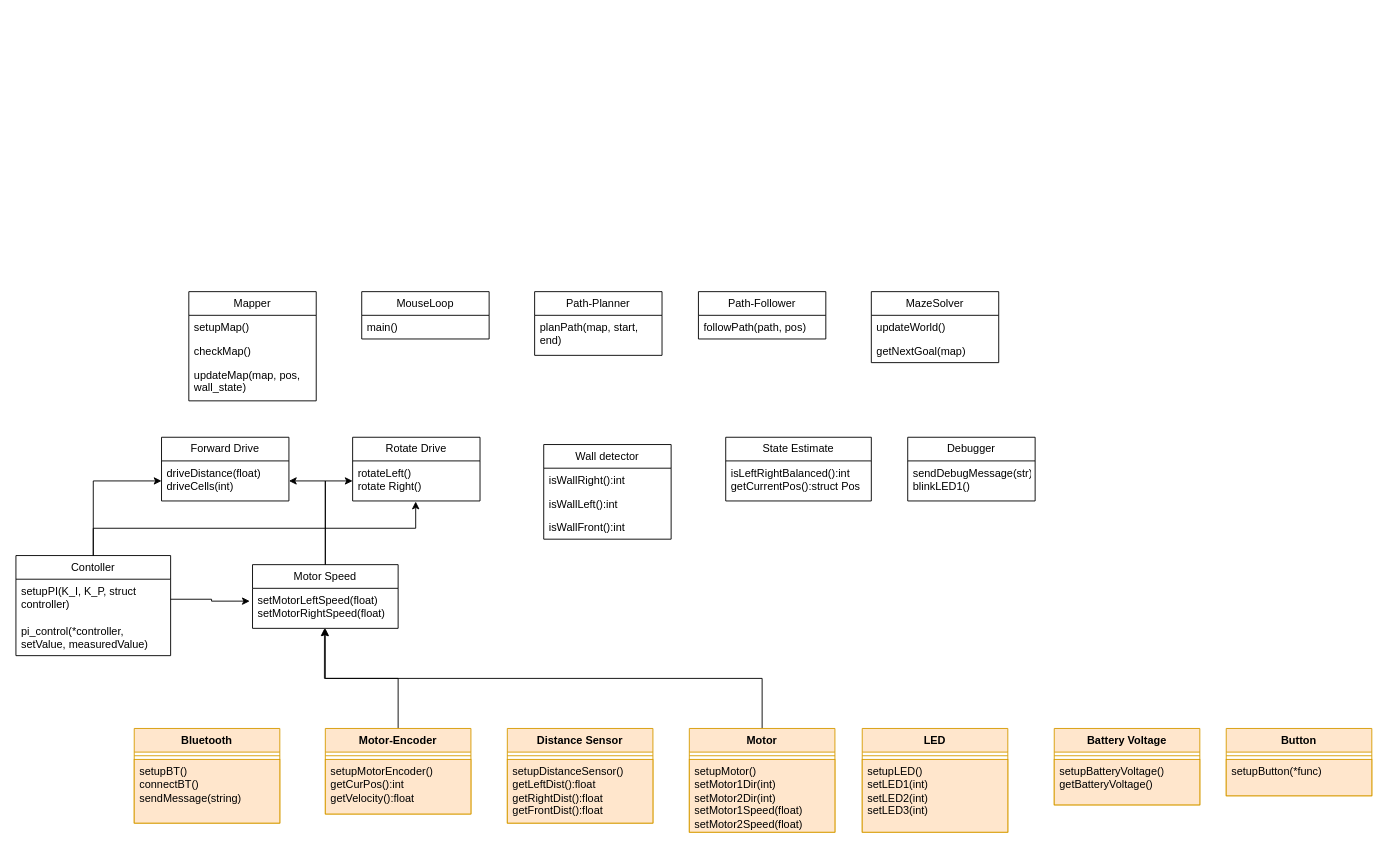
Above: draft/class_diagram.drawio in AminSeffo/Micromouse (draw.io), before the change. Source tidied: cells renumbered, new cells numbered last; positions are measured from the earlier drawing's top-left corner, leaving out a move shared by most shapes. Both pictures are drawn from the tidied source at 91%, with x=0, y=0 at pixel (15, 291).
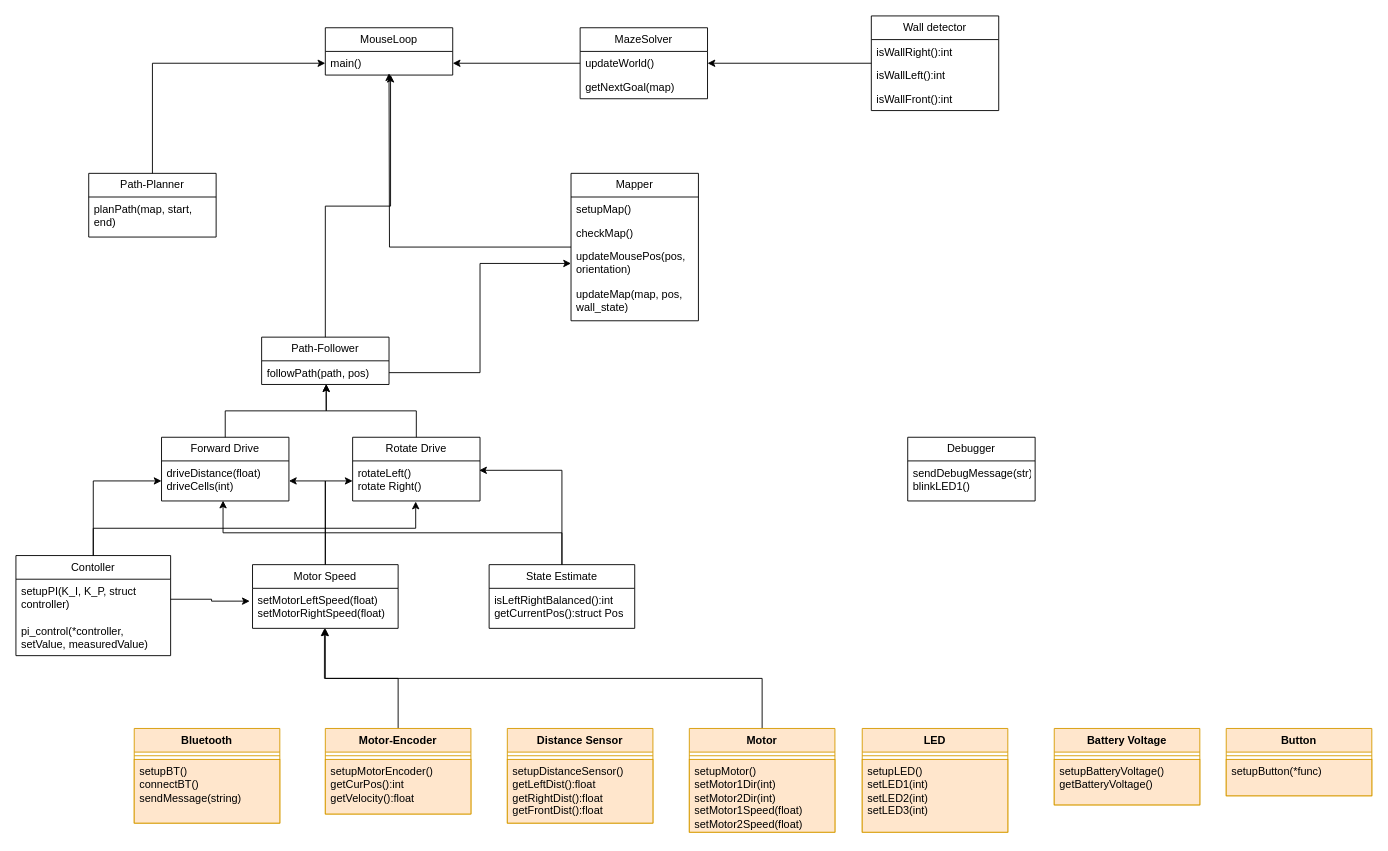
After the change.

The change refers to these unchanged cells:
```xml
<mxCell id="29" value="Forward Drive" style="swimlane;fontStyle=0;horizontal=1;startSize=26;fillColor=none;whiteSpace=wrap;html=1;" parent="1" vertex="1">
  <mxGeometry x="160" y="160" width="140" height="70" as="geometry" />
</mxCell>
<mxCell id="30" value="driveDistance(float)&lt;br&gt;driveCells(int)" style="text;strokeColor=none;fillColor=none;align=left;verticalAlign=top;spacingLeft=4;spacingRight=4;overflow=hidden;points=[[0,0.5],[1,0.5]];portConstraint=eastwest;whiteSpace=wrap;html=1;" parent="29" vertex="1">
  <mxGeometry y="26" width="140" height="44" as="geometry" />
</mxCell>
<mxCell id="31" value="Rotate Drive" style="swimlane;fontStyle=0;horizontal=1;startSize=26;fillColor=none;whiteSpace=wrap;html=1;" parent="1" vertex="1">
  <mxGeometry x="370" y="160" width="140" height="70" as="geometry" />
</mxCell>
<mxCell id="32" value="rotateLeft()&lt;br&gt;rotate Right()" style="text;strokeColor=none;fillColor=none;align=left;verticalAlign=top;spacingLeft=4;spacingRight=4;overflow=hidden;points=[[0,0.5],[1,0.5]];portConstraint=eastwest;whiteSpace=wrap;html=1;" parent="31" vertex="1">
  <mxGeometry y="26" width="140" height="44" as="geometry" />
</mxCell>
<mxCell id="52" value="main()" style="text;strokeColor=none;fillColor=none;align=left;verticalAlign=top;spacingLeft=4;spacingRight=4;overflow=hidden;points=[[0,0.5],[1,0.5]];portConstraint=eastwest;whiteSpace=wrap;html=1;" parent="51" vertex="1">
  <mxGeometry y="26" width="140" height="26" as="geometry" />
</mxCell>
<mxCell id="56" value="followPath(path, pos)" style="text;strokeColor=none;fillColor=none;align=left;verticalAlign=top;spacingLeft=4;spacingRight=4;overflow=hidden;points=[[0,0.5],[1,0.5]];portConstraint=eastwest;whiteSpace=wrap;html=1;" parent="55" vertex="1">
  <mxGeometry y="26" width="140" height="26" as="geometry" />
</mxCell>
<mxCell id="58" value="updateWorld()" style="text;strokeColor=none;fillColor=none;align=left;verticalAlign=top;spacingLeft=4;spacingRight=4;overflow=hidden;points=[[0,0.5],[1,0.5]];portConstraint=eastwest;whiteSpace=wrap;html=1;" parent="57" vertex="1">
  <mxGeometry y="26" width="140" height="26" as="geometry" />
</mxCell>
```

Diff of the diagram source:
```diff
@@
+    <mxCell id="60" style="edgeStyle=orthogonalEdgeStyle;rounded=0;jettySize=auto;html=1;entryX=0.507;entryY=0.987;entryDx=0;entryDy=0;entryPerimeter=0;" parent="1" edge="1" source="29" target="56">
+      <mxGeometry relative="1" as="geometry" />
+    </mxCell>
@@
+    <mxCell id="61" style="edgeStyle=orthogonalEdgeStyle;rounded=0;jettySize=auto;html=1;entryX=0.507;entryY=0.987;entryDx=0;entryDy=0;entryPerimeter=0;" parent="1" edge="1" source="31" target="56">
+      <mxGeometry relative="1" as="geometry" />
+    </mxCell>
@@
+    <mxCell id="62" style="edgeStyle=orthogonalEdgeStyle;rounded=0;jettySize=auto;html=1;entryX=0.483;entryY=0.992;entryDx=0;entryDy=0;entryPerimeter=0;" parent="1" edge="1" source="33" target="30">
+      <mxGeometry relative="1" as="geometry" />
+    </mxCell>
+    <mxCell id="63" style="edgeStyle=orthogonalEdgeStyle;rounded=0;jettySize=auto;html=1;entryX=0.993;entryY=0.235;entryDx=0;entryDy=0;entryPerimeter=0;" parent="1" edge="1" source="33" target="32">
+      <mxGeometry relative="1" as="geometry" />
+    </mxCell>
     <mxCell id="33" value="State Estimate" style="swimlane;fontStyle=0;horizontal=1;startSize=26;fillColor=none;whiteSpace=wrap;html=1;" parent="1" vertex="1">
-      <mxGeometry x="780" y="160" width="160" height="70" as="geometry" />
+      <mxGeometry x="520" y="300" width="160" height="70" as="geometry" />
     </mxCell>
@@
+    <mxCell id="64" style="edgeStyle=orthogonalEdgeStyle;rounded=0;jettySize=auto;html=1;entryX=1;entryY=0.5;entryDx=0;entryDy=0;" parent="1" edge="1" source="35" target="58">
+      <mxGeometry relative="1" as="geometry" />
+    </mxCell>
     <mxCell id="35" value="Wall detector" style="swimlane;fontStyle=0;horizontal=1;startSize=26;fillColor=none;whiteSpace=wrap;html=1;" parent="1" vertex="1">
-      <mxGeometry x="580" y="168" width="140" height="104" as="geometry" />
+      <mxGeometry x="940" y="-303" width="140" height="104" as="geometry" />
     </mxCell>
@@
+    <mxCell id="65" style="edgeStyle=orthogonalEdgeStyle;rounded=0;jettySize=auto;html=1;" parent="1" edge="1" source="47">
+      <mxGeometry relative="1" as="geometry">
+        <mxPoint x="410" y="-240" as="targetPoint" />
+      </mxGeometry>
+    </mxCell>
     <mxCell id="47" value="Mapper" style="swimlane;fontStyle=0;horizontal=1;startSize=26;fillColor=none;whiteSpace=wrap;html=1;" parent="1" vertex="1">
-      <mxGeometry x="190" width="140" height="120" as="geometry" />
+      <mxGeometry x="610" y="-130" width="140" height="162" as="geometry" />
     </mxCell>
@@
+    <mxCell id="66" value="updateMousePos(pos, orientation)" style="text;strokeColor=none;fillColor=none;align=left;verticalAlign=top;spacingLeft=4;spacingRight=4;overflow=hidden;points=[[0,0.5],[1,0.5]];portConstraint=eastwest;whiteSpace=wrap;html=1;" parent="47" vertex="1">
+      <mxGeometry y="78" width="140" height="42" as="geometry" />
+    </mxCell>
     <mxCell id="50" value="updateMap(map, pos, wall_state)" style="text;strokeColor=none;fillColor=none;align=left;verticalAlign=top;spacingLeft=4;spacingRight=4;overflow=hidden;whiteSpace=wrap;html=1;" parent="47" vertex="1">
-      <mxGeometry y="78" width="140" height="42" as="geometry" />
+      <mxGeometry y="120" width="140" height="42" as="geometry" />
     </mxCell>
     <mxCell id="51" value="MouseLoop" style="swimlane;fontStyle=0;horizontal=1;startSize=26;fillColor=none;whiteSpace=wrap;html=1;" parent="1" vertex="1">
-      <mxGeometry x="380" width="140" height="52" as="geometry" />
+      <mxGeometry x="340" y="-290" width="140" height="52" as="geometry" />
     </mxCell>
@@
+    <mxCell id="67" style="edgeStyle=orthogonalEdgeStyle;rounded=0;jettySize=auto;html=1;" parent="1" edge="1" source="53" target="52">
+      <mxGeometry relative="1" as="geometry" />
+    </mxCell>
     <mxCell id="53" value="Path-Planner" style="swimlane;fontStyle=0;horizontal=1;startSize=26;fillColor=none;whiteSpace=wrap;html=1;" parent="1" vertex="1">
-      <mxGeometry x="570" width="140" height="70" as="geometry" />
+      <mxGeometry x="80" y="-130" width="140" height="70" as="geometry" />
     </mxCell>
@@
+    <mxCell id="68" style="edgeStyle=orthogonalEdgeStyle;rounded=0;jettySize=auto;html=1;entryX=0.512;entryY=0.987;entryDx=0;entryDy=0;entryPerimeter=0;" parent="1" edge="1" source="55" target="52">
+      <mxGeometry relative="1" as="geometry" />
+    </mxCell>
     <mxCell id="55" value="Path-Follower" style="swimlane;fontStyle=0;horizontal=1;startSize=26;fillColor=none;whiteSpace=wrap;html=1;" parent="1" vertex="1">
-      <mxGeometry x="750" width="140" height="52" as="geometry" />
+      <mxGeometry x="270" y="50" width="140" height="52" as="geometry" />
     </mxCell>
@@
     <mxCell id="57" value="MazeSolver" style="swimlane;fontStyle=0;horizontal=1;startSize=26;fillColor=none;whiteSpace=wrap;html=1;" parent="1" vertex="1">
-      <mxGeometry x="940" width="140" height="78" as="geometry" />
+      <mxGeometry x="620" y="-290" width="140" height="78" as="geometry" />
     </mxCell>
@@
+    <mxCell id="69" style="edgeStyle=orthogonalEdgeStyle;rounded=0;jettySize=auto;html=1;entryX=1;entryY=0.5;entryDx=0;entryDy=0;" parent="1" edge="1" source="58" target="52">
+      <mxGeometry relative="1" as="geometry" />
+    </mxCell>
+    <mxCell id="70" style="edgeStyle=orthogonalEdgeStyle;rounded=0;jettySize=auto;html=1;entryX=0;entryY=0.5;entryDx=0;entryDy=0;" parent="1" edge="1" source="56" target="66">
+      <mxGeometry relative="1" as="geometry" />
+    </mxCell>
```
